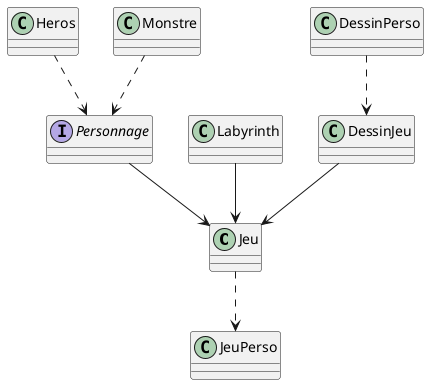
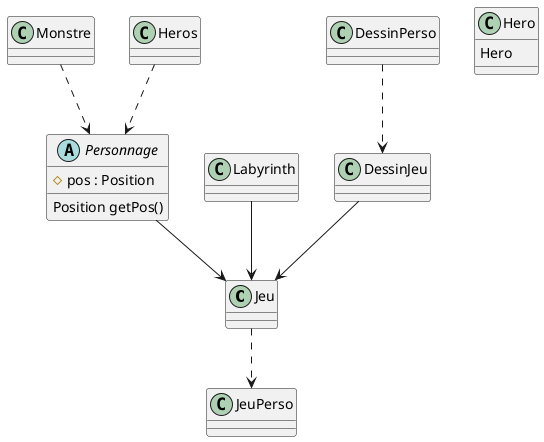
@startuml
'https://plantuml.com/class-diagram

class Jeu

- interface Personnage{
+ abstract Personnage{
+ #pos : Position
+ 
+   Position getPos()
+ 
}
- class Heros{
+ class Hero{
+ Hero
}
class Monstre{
}

class Labyrinth{

}

class DessinPerso{
}
class DessinJeu{
}

class JeuPerso{
}

Heros ..> Personnage
Monstre ..> Personnage
Personnage --> Jeu
Labyrinth --> Jeu
Jeu ..> JeuPerso
DessinPerso..>DessinJeu
DessinJeu-->Jeu


@enduml